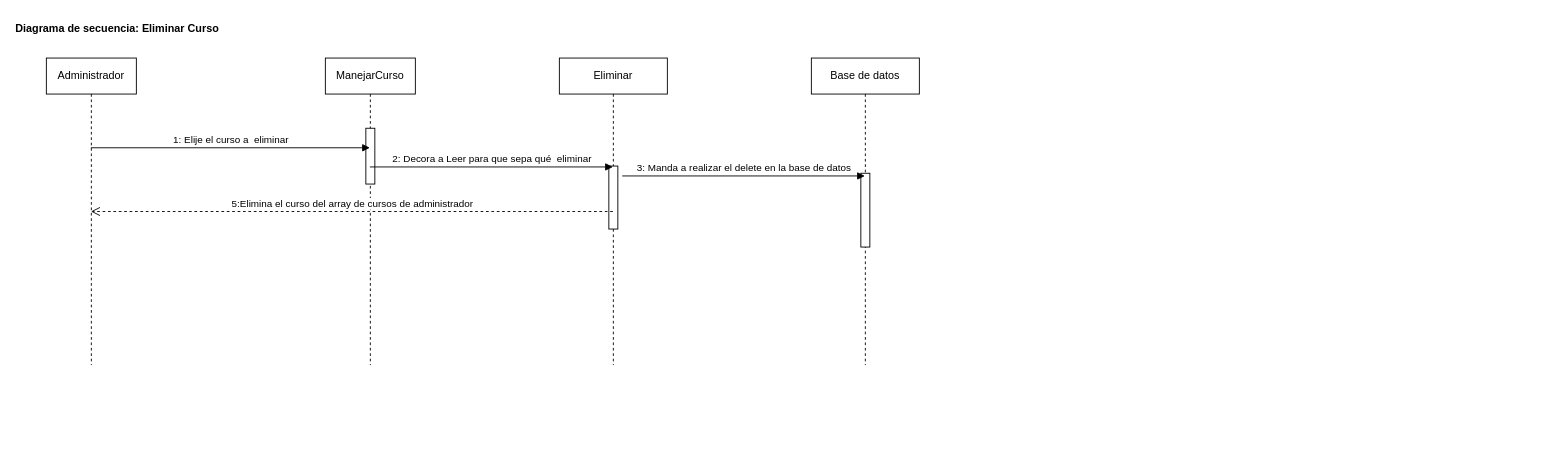
Before: page "Secuencia: Eliminar Curso" (7 of 10) of Propuesta1ProyectoDesarrollo.drawio in ernestod10/Diagramas, a draw.io diagram. Source tidied: cells renumbered, new cells numbered last; positions are measured from the earlier drawing's top-left corner, leaving out a move shared by most shapes. Both pictures are drawn from the tidied source at 90%, with x=0, y=0 at pixel (46, 15).
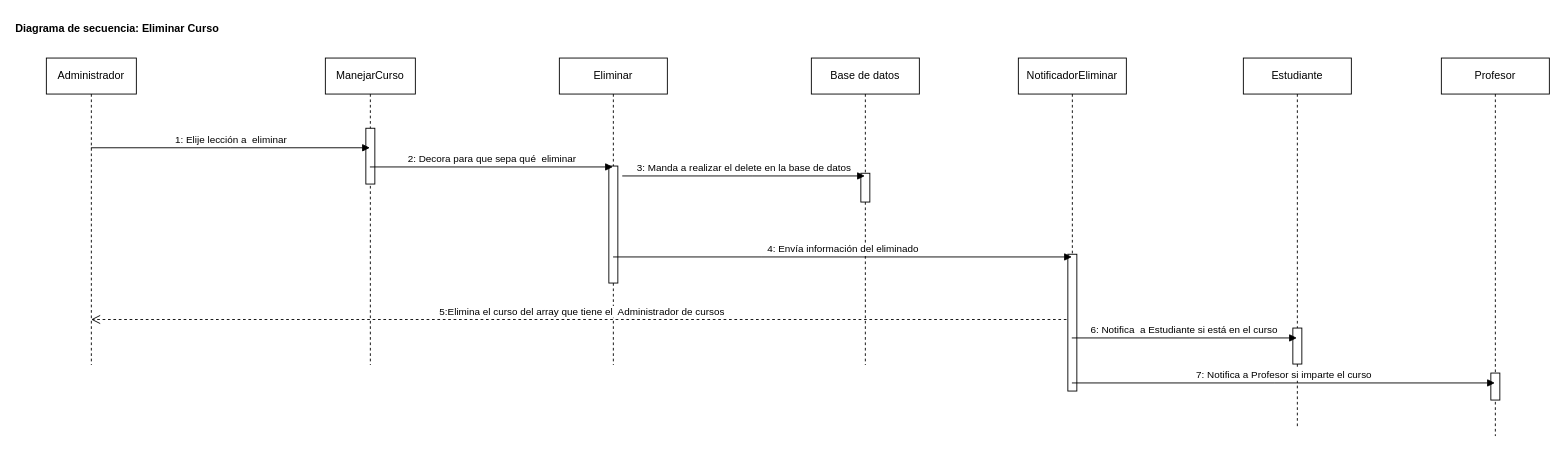
After the change.

The change refers to these unchanged cells:
```xml
<mxCell id="3" value="ManejarCurso" style="shape=umlLifeline;perimeter=lifelinePerimeter;whiteSpace=wrap;html=1;outlineConnect=0;" parent="1" vertex="1">
  <mxGeometry x="310" y="47" width="100" height="341" as="geometry" />
</mxCell>
<mxCell id="5" value="Administrador" style="shape=umlLifeline;perimeter=lifelinePerimeter;whiteSpace=wrap;html=1;outlineConnect=0;" parent="1" vertex="1">
  <mxGeometry y="47" width="100" height="341" as="geometry" />
</mxCell>
<mxCell id="6" value="Base de datos" style="shape=umlLifeline;perimeter=lifelinePerimeter;whiteSpace=wrap;html=1;" parent="1" vertex="1">
  <mxGeometry x="850" y="47" width="120" height="341" as="geometry" />
</mxCell>
<mxCell id="8" value="Eliminar" style="shape=umlLifeline;perimeter=lifelinePerimeter;whiteSpace=wrap;html=1;outlineConnect=0;" parent="1" vertex="1">
  <mxGeometry x="570" y="47" width="120" height="341" as="geometry" />
</mxCell>
```

Diff of the diagram source:
```diff
@@
-    <mxCell id="7" style="html=1;perimeter=orthogonalPerimeter;" parent="6" vertex="1">
-      <mxGeometry x="55" y="128" width="10" height="82" as="geometry" />
-    </mxCell>
+    <mxCell id="14" style="html=1;perimeter=orthogonalPerimeter;" parent="6" vertex="1">
+      <mxGeometry x="55" y="128" width="10" height="32" as="geometry" />
+    </mxCell>
@@
-    <mxCell id="9" style="html=1;perimeter=orthogonalPerimeter;" parent="8" vertex="1">
-      <mxGeometry x="55" y="120" width="10" height="70" as="geometry" />
-    </mxCell>
+    <mxCell id="15" style="html=1;perimeter=orthogonalPerimeter;" parent="8" vertex="1">
+      <mxGeometry x="55" y="120" width="10" height="130" as="geometry" />
+    </mxCell>
-    <mxCell id="10" value="1: Elije el curso a&amp;nbsp; eliminar" style="html=1;verticalAlign=bottom;endArrow=block;rounded=0;" parent="1" edge="1" source="5" target="3">
+    <mxCell id="10" value="&lt;div&gt;1: Elije lección a&amp;nbsp; eliminar&lt;/div&gt;" style="html=1;verticalAlign=bottom;endArrow=block;rounded=0;" parent="1" edge="1" source="5" target="3">
       <mxGeometry relative="1" as="geometry">
         <Array as="points">
           <mxPoint x="205" y="146.7" />
         </Array>
       </mxGeometry>
     </mxCell>
-    <mxCell id="11" value="2: Decora a Leer para que sepa qué&amp;nbsp; eliminar" style="html=1;verticalAlign=bottom;endArrow=block;rounded=0;" parent="1" edge="1" source="3" target="8">
+    <mxCell id="11" value="2: Decora para que sepa qué&amp;nbsp; eliminar" style="html=1;verticalAlign=bottom;endArrow=block;rounded=0;" parent="1" edge="1" source="3" target="8">
       <mxGeometry relative="1" as="geometry">
         <Array as="points">
           <mxPoint x="505.1" y="168" />
         </Array>
       </mxGeometry>
     </mxCell>
@@
-    <mxCell id="13" value="5:Elimina el curso del array de cursos de administrador" style="html=1;verticalAlign=bottom;endArrow=open;dashed=1;endSize=8;rounded=0;" parent="1" edge="1" source="8" target="5">
-      <mxGeometry relative="1" as="geometry" />
-    </mxCell>
+    <mxCell id="16" value="5:Elimina el curso del array que tiene el&amp;nbsp; Administrador de cursos" style="html=1;verticalAlign=bottom;endArrow=open;dashed=1;endSize=8;rounded=0;" parent="1" edge="1">
+      <mxGeometry relative="1" as="geometry">
+        <mxPoint x="1139.5" y="337.5" as="sourcePoint" />
+        <mxPoint x="49.7" y="337.5" as="targetPoint" />
+      </mxGeometry>
+    </mxCell>
+    <mxCell id="17" value="NotificadorEliminar" style="shape=umlLifeline;perimeter=lifelinePerimeter;whiteSpace=wrap;html=1;outlineConnect=0;" parent="1" vertex="1">
+      <mxGeometry x="1080" y="47" width="120" height="370" as="geometry" />
+    </mxCell>
+    <mxCell id="18" style="html=1;perimeter=orthogonalPerimeter;" parent="17" vertex="1">
+      <mxGeometry x="55" y="218" width="10" height="152" as="geometry" />
+    </mxCell>
+    <mxCell id="19" value="4: Envía información del eliminado" style="html=1;verticalAlign=bottom;endArrow=block;rounded=0;" parent="1" edge="1">
+      <mxGeometry relative="1" as="geometry">
+        <mxPoint x="629.7" y="268" as="sourcePoint" />
+        <mxPoint x="1139.5" y="268" as="targetPoint" />
+        <Array as="points">
+          <mxPoint x="795.1" y="268" />
+        </Array>
+      </mxGeometry>
+    </mxCell>
+    <mxCell id="20" value="Estudiante" style="shape=umlLifeline;perimeter=lifelinePerimeter;whiteSpace=wrap;html=1;" parent="1" vertex="1">
+      <mxGeometry x="1330" y="47" width="120" height="411" as="geometry" />
+    </mxCell>
+    <mxCell id="21" style="html=1;perimeter=orthogonalPerimeter;" parent="20" vertex="1">
+      <mxGeometry x="55" y="300" width="10" height="40" as="geometry" />
+    </mxCell>
+    <mxCell id="22" value="Profesor" style="shape=umlLifeline;perimeter=lifelinePerimeter;whiteSpace=wrap;html=1;outlineConnect=0;" parent="1" vertex="1">
+      <mxGeometry x="1550" y="47" width="120" height="420" as="geometry" />
+    </mxCell>
+    <mxCell id="23" style="html=1;perimeter=orthogonalPerimeter;" parent="22" vertex="1">
+      <mxGeometry x="55" y="350" width="10" height="30" as="geometry" />
+    </mxCell>
+    <mxCell id="24" value="6: Notifica&amp;nbsp; a Estudiante si está en el curso" style="html=1;verticalAlign=bottom;endArrow=block;rounded=0;" parent="1" edge="1">
+      <mxGeometry relative="1" as="geometry">
+        <mxPoint x="1139.4" y="358" as="sourcePoint" />
+        <mxPoint x="1389.5" y="358" as="targetPoint" />
+        <Array as="points">
+          <mxPoint x="1335.1" y="358" />
+        </Array>
+      </mxGeometry>
+    </mxCell>
+    <mxCell id="25" value="7: Notifica a Profesor si imparte el curso" style="html=1;verticalAlign=bottom;endArrow=block;rounded=0;" parent="1" edge="1" source="17" target="22">
+      <mxGeometry relative="1" as="geometry">
+        <Array as="points">
+          <mxPoint x="1365.1" y="408" />
+        </Array>
+      </mxGeometry>
+    </mxCell>
```
